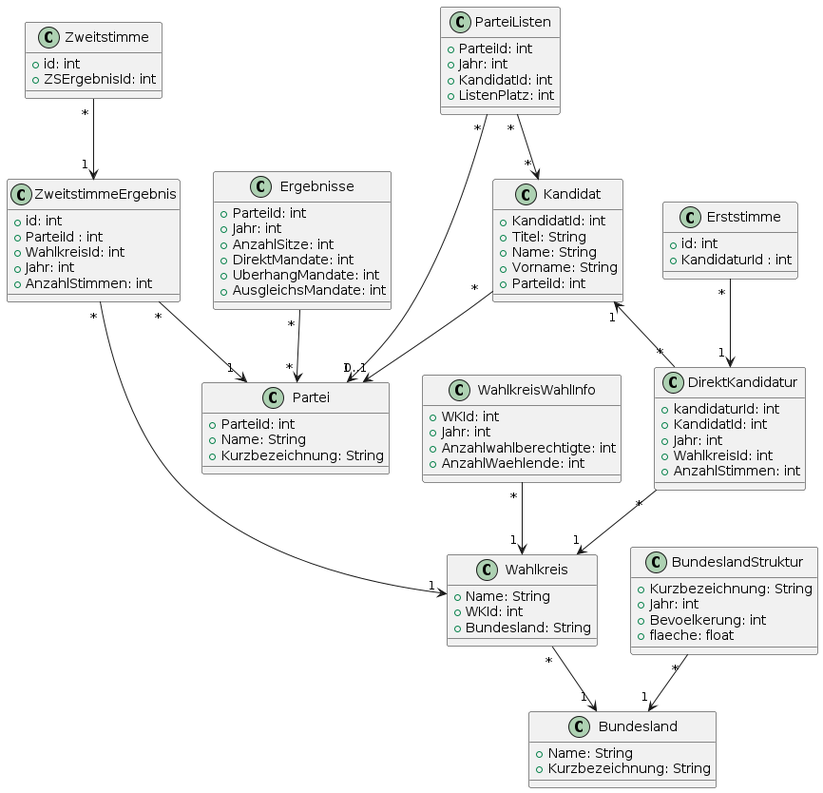
Above: resources/wahlen.png in RayenManai/BundestagswahlInformationssystem (PlantUML), before the change.
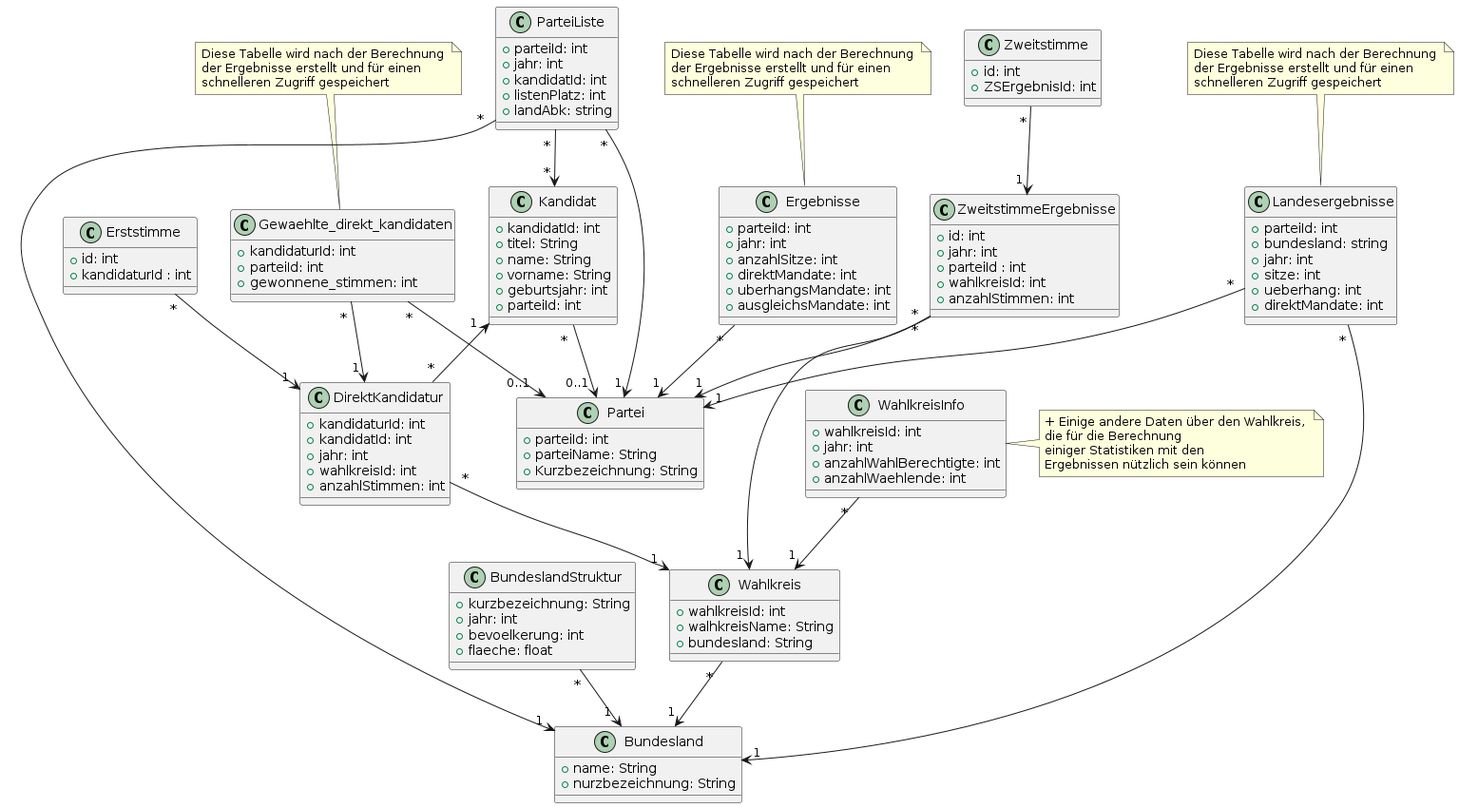
The same file after the commit.

Change to the diagram source:
```diff
@@ -1,26 +1,25 @@
 @startuml
 
 class Ergebnisse {
-  + ParteiId: int
-  + Jahr: int
-  + AnzahlSitze: int
-  + DirektMandate: int
-  + UberhangMandate: int
-  + AusgleichsMandate: int
+  + parteiId: int
+  + jahr: int
+  + anzahlSitze: int
+  + direktMandate: int
+  + uberhangsMandate: int
+  + ausgleichsMandate: int
 }
 
 class Erststimme {
    + id: int
-   + KandidaturId : int
+   + kandidaturId : int
 }
 
-
-class ZweitstimmeErgebnis {
+class ZweitstimmeErgebnisse {
    + id: int
-   + ParteiId : int
-   + WahlkreisId: int
-   + Jahr: int
-   + AnzahlStimmen: int
+   + jahr: int
+   + parteiId : int
+   + wahlkreisId: int
+   + anzahlStimmen: int
 }
 
 class Zweitstimme {
@@ -29,71 +28,113 @@
 }
 
 class Wahlkreis {
-  + Name: String
-  + WKId: int
-  + Bundesland: String
+  + wahlkreisId: int
+  + walhkreisName: String
+  + bundesland: String
 }
 
-class WahlkreisWahlInfo {
-  + WKId: int
-  + Jahr: int
-  + Anzahlwahlberechtigte: int
-  + AnzahlWaehlende: int
+class WahlkreisInfo {
+  + wahlkreisId: int
+  + jahr: int
+  + anzahlWahlBerechtigte: int
+  + anzahlWaehlende: int
 }
 
 class Bundesland {
-  + Name: String
-  + Kurzbezeichnung: String
+  + name: String
+  + nurzbezeichnung: String
 }
 
 class BundeslandStruktur {
-  + Kurzbezeichnung: String
-  + Jahr: int
-  + Bevoelkerung: int
+  + kurzbezeichnung: String
+  + jahr: int
+  + bevoelkerung: int
   + flaeche: float
 }
 
 class Kandidat {
-  + KandidatId: int
-  + Titel: String
-  + Name: String
-  + Vorname: String
-  + ParteiId: int
+  + kandidatId: int
+  + titel: String
+  + name: String
+  + vorname: String
+  + geburtsjahr: int
+  + parteiId: int
 }
 
 class DirektKandidatur {
   + kandidaturId: int
-  + KandidatId: int
-  + Jahr: int
-  + WahlkreisId: int
-  + AnzahlStimmen: int
+  + kandidatId: int
+  + jahr: int
+  + wahlkreisId: int
+  + anzahlStimmen: int
 }
 
 class Partei {
-  + ParteiId: int
-  + Name: String
+  + parteiId: int
+  + parteiName: String
   + Kurzbezeichnung: String
 }
 
-class ParteiListen {
-  + ParteiId: int
-  + Jahr: int
-  + KandidatId: int
-  + ListenPlatz: int
+class ParteiListe {
+  + parteiId: int
+  + jahr: int
+  + kandidatId: int
+  + listenPlatz: int
+  + landAbk: string
 }
 
+class Landesergebnisse{
+  + parteiId: int
+  + bundesland: string
+  + jahr: int
+  + sitze: int
+  + ueberhang: int
+  + direktMandate: int
+}
 
+class Gewaehlte_direkt_kandidaten{
+  + kandidaturId: int
+  + parteiId: int
+  + gewonnene_stimmen: int
+}
+
+note right of WahlkreisInfo
+  + Einige andere Daten über den Wahlkreis,
+  die für die Berechnung
+  einiger Statistiken mit den
+  Ergebnissen nützlich sein können
+end note
+
+note top of Ergebnisse
+  Diese Tabelle wird nach der Berechnung
+  der Ergebnisse erstellt und für einen
+  schnelleren Zugriff gespeichert
+end note
+
+note top of Gewaehlte_direkt_kandidaten
+  Diese Tabelle wird nach der Berechnung
+  der Ergebnisse erstellt und für einen
+  schnelleren Zugriff gespeichert
+end note
+
+note top of Landesergebnisse
+  Diese Tabelle wird nach der Berechnung
+  der Ergebnisse erstellt und für einen
+  schnelleren Zugriff gespeichert
+end note
 
 Wahlkreis " * " --> " 1 " Bundesland
 
-WahlkreisWahlInfo " * " --> " 1 " Wahlkreis
+WahlkreisInfo " * " --> " 1 " Wahlkreis
 
 BundeslandStruktur " * " --> " 1 " Bundesland
 
 
-ParteiListen " * " --> " 1 " Partei
+ParteiListe " * " --> " 1 " Partei
 
-ParteiListen " * " -->  " * " Kandidat
+ParteiListe " * " -->  " * " Kandidat
+
+ParteiListe " * " -->  " 1 " Bundesland
 
 Kandidat " *  " --> " 0..1 " Partei
 
@@ -101,16 +142,23 @@
 
 DirektKandidatur " * " --> " 1 " Wahlkreis
 
-ZweitstimmeErgebnis "  * " --> " 1 " Partei
+ZweitstimmeErgebnisse "  * " --> " 1 " Partei
 
-ZweitstimmeErgebnis " * " --> " 1 " Wahlkreis
+ZweitstimmeErgebnisse " * " --> " 1 " Wahlkreis
 
 
-Ergebnisse  " * "  --> " * "  Partei
+Ergebnisse  " * "  --> " 1 "  Partei
 
 Erststimme " * " --> " 1 " DirektKandidatur
 
-Zweitstimme " * " --> " 1 " ZweitstimmeErgebnis
+Zweitstimme " * " --> " 1 " ZweitstimmeErgebnisse
 
+Landesergebnisse  " * "  --> " 1 "  Partei
+
+Landesergebnisse  " * "  --> " 1 "  Bundesland
+
+Gewaehlte_direkt_kandidaten " * " --> " 1 " DirektKandidatur
+
+Gewaehlte_direkt_kandidaten " * " --> " 0..1 " Partei
 
 @enduml
```
